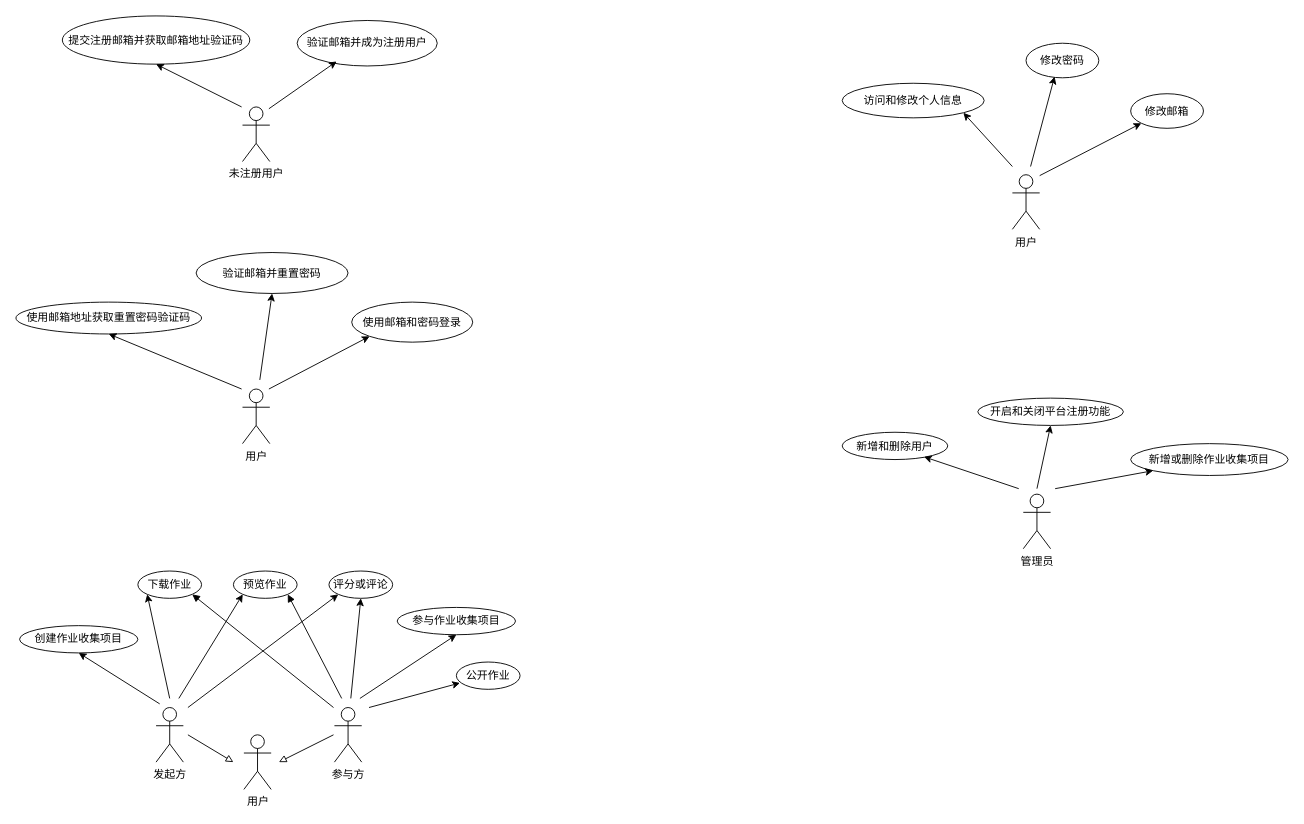
The draw.io diagram page "用例图" (2 of 5) of 需求分析文档/UML图.drawio in super-dash/paperstack-design, before the edit. Source tidied: cells renumbered, new cells numbered last; positions are measured from the earlier drawing's top-left corner, leaving out a move shared by most shapes. Both pictures are drawn from the tidied source at 91%, with x=0, y=0 at pixel (15, 15).
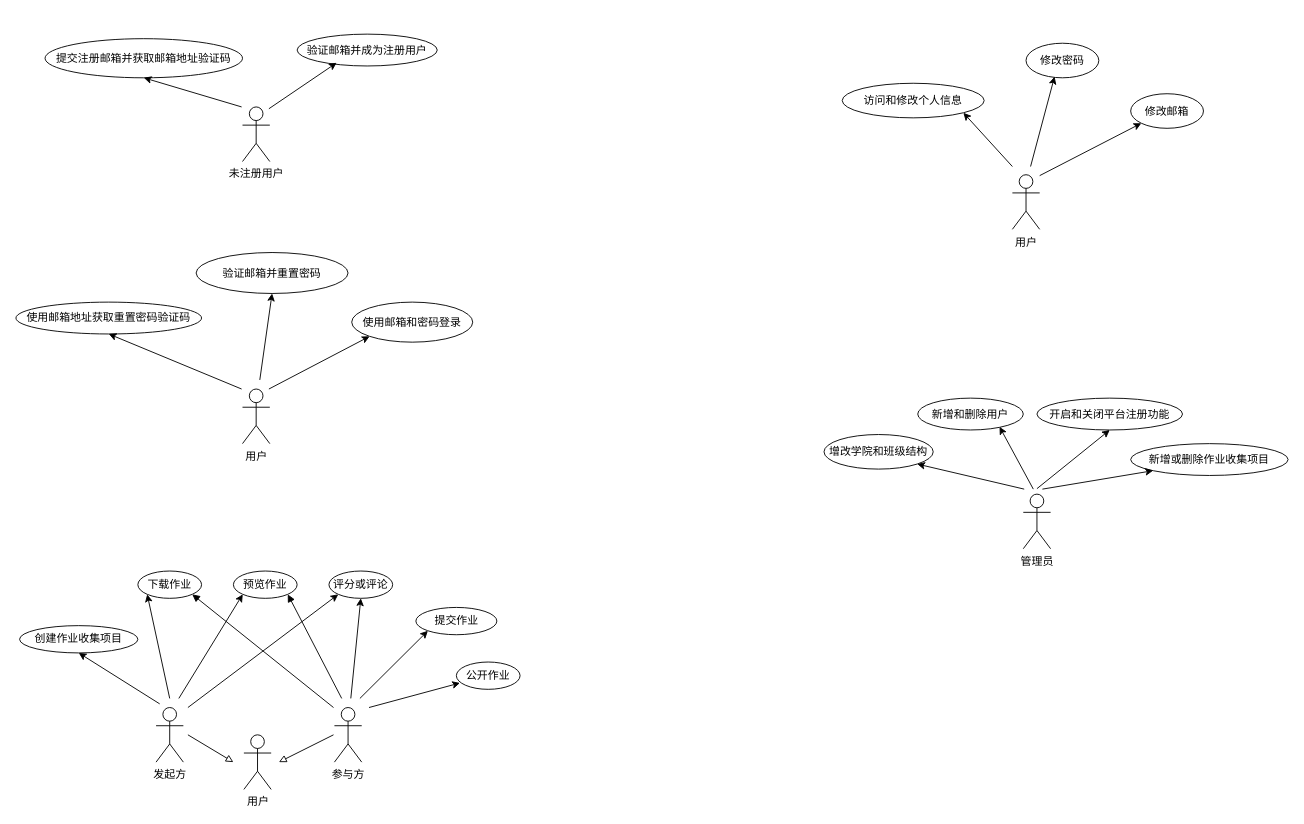
Above is the later version.

The change refers to these unchanged cells:
```xml
<mxCell id="7" value="新增或删除作业收集项目" style="ellipse;whiteSpace=wrap;html=1;" parent="1" vertex="1">
  <mxGeometry x="1225" y="470" width="173" height="35" as="geometry" />
</mxCell>
```

Change to the diagram source:
```diff
@@
     <mxCell id="4" value="新增和删除用户" style="ellipse;whiteSpace=wrap;html=1;" parent="1" vertex="1">
-      <mxGeometry x="908" y="457.5" width="116" height="30" as="geometry" />
+      <mxGeometry x="991" y="420" width="116" height="35" as="geometry" />
     </mxCell>
     <mxCell id="5" style="endArrow=classic;html=1;entryX=0.775;entryY=0.9;entryDx=0;entryDy=0;entryPerimeter=0;" parent="1" edge="1" target="4">
       <mxGeometry relative="1" as="geometry">
-        <mxPoint x="1102" y="519.5" as="sourcePoint" />
+        <mxPoint x="1118" y="520" as="sourcePoint" />
       </mxGeometry>
     </mxCell>
     <mxCell id="6" value="开启和关闭平台注册功能" style="ellipse;whiteSpace=wrap;html=1;" parent="1" vertex="1">
-      <mxGeometry x="1057" y="420" width="160" height="30" as="geometry" />
+      <mxGeometry x="1122" y="420" width="160" height="35" as="geometry" />
     </mxCell>
@@
     <mxCell id="8" style="endArrow=classic;html=1;entryX=0;entryY=1;entryDx=0;entryDy=0;" parent="1" edge="1" target="7">
       <mxGeometry relative="1" as="geometry">
-        <mxPoint x="1142" y="519.5" as="sourcePoint" />
+        <mxPoint x="1128" y="520" as="sourcePoint" />
       </mxGeometry>
     </mxCell>
@@
     <mxCell id="13" value="提交注册邮箱并获取邮箱地址验证码" style="ellipse;whiteSpace=wrap;html=1;" parent="1" vertex="1">
-      <mxGeometry x="51" width="206" height="53" as="geometry" />
+      <mxGeometry x="32" y="25" width="217" height="43" as="geometry" />
     </mxCell>
@@
-    <mxCell id="24" style="edgeStyle=none;rounded=0;jettySize=auto;html=1;entryX=0.5;entryY=1;entryDx=0;entryDy=0;" parent="1" edge="1" target="28">
+    <mxCell id="24" style="edgeStyle=none;rounded=0;jettySize=auto;html=1;entryX=0;entryY=1;entryDx=0;entryDy=0;" parent="1" edge="1" target="28">
       <mxGeometry relative="1" as="geometry">
         <mxPoint x="378" y="750" as="sourcePoint" />
       </mxGeometry>
     </mxCell>
@@
-    <mxCell id="28" value="参与作业收集项目" style="ellipse;whiteSpace=wrap;html=1;" parent="1" vertex="1">
-      <mxGeometry x="419" y="650" width="130" height="30" as="geometry" />
+    <mxCell id="28" value="提交作业" style="ellipse;whiteSpace=wrap;html=1;" parent="1" vertex="1">
+      <mxGeometry x="439.5" y="650" width="89" height="30" as="geometry" />
     </mxCell>
@@
     <mxCell id="40" value="验证邮箱并成为注册用户" style="ellipse;whiteSpace=wrap;html=1;align=center;" parent="1" vertex="1">
-      <mxGeometry x="309" y="5" width="154" height="50" as="geometry" />
+      <mxGeometry x="309" y="20" width="154" height="35" as="geometry" />
     </mxCell>
@@
+    <mxCell id="48" style="endArrow=classic;html=1;entryX=1;entryY=1;entryDx=0;entryDy=0;" parent="1" edge="1" target="49">
+      <mxGeometry relative="1" as="geometry">
+        <mxPoint x="1108" y="520" as="sourcePoint" />
+      </mxGeometry>
+    </mxCell>
+    <mxCell id="49" value="增改学院和班级结构" style="ellipse;whiteSpace=wrap;html=1;" parent="1" vertex="1">
+      <mxGeometry x="888" y="460" width="120" height="38" as="geometry" />
+    </mxCell>
```
